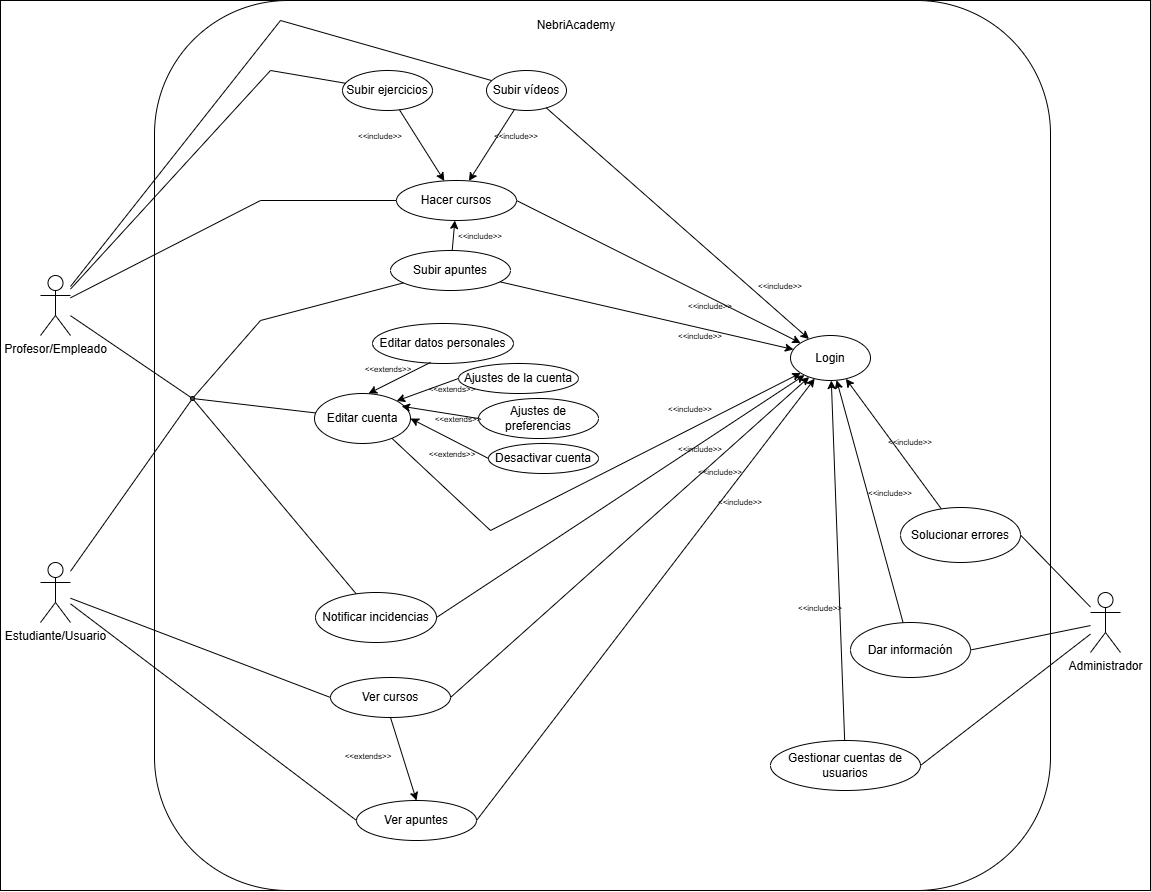
Nicolas-1400/NebriAcademy2 keeps this draw.io diagram as Documents/Modulado_de_datos/DiagramaCasosDeUsosNebriAcademy.png. Above is the earlier version. Source tidied: cells renumbered, new cells last; positions are measured from the earlier drawing's top-left corner, leaving out a move shared by most shapes.
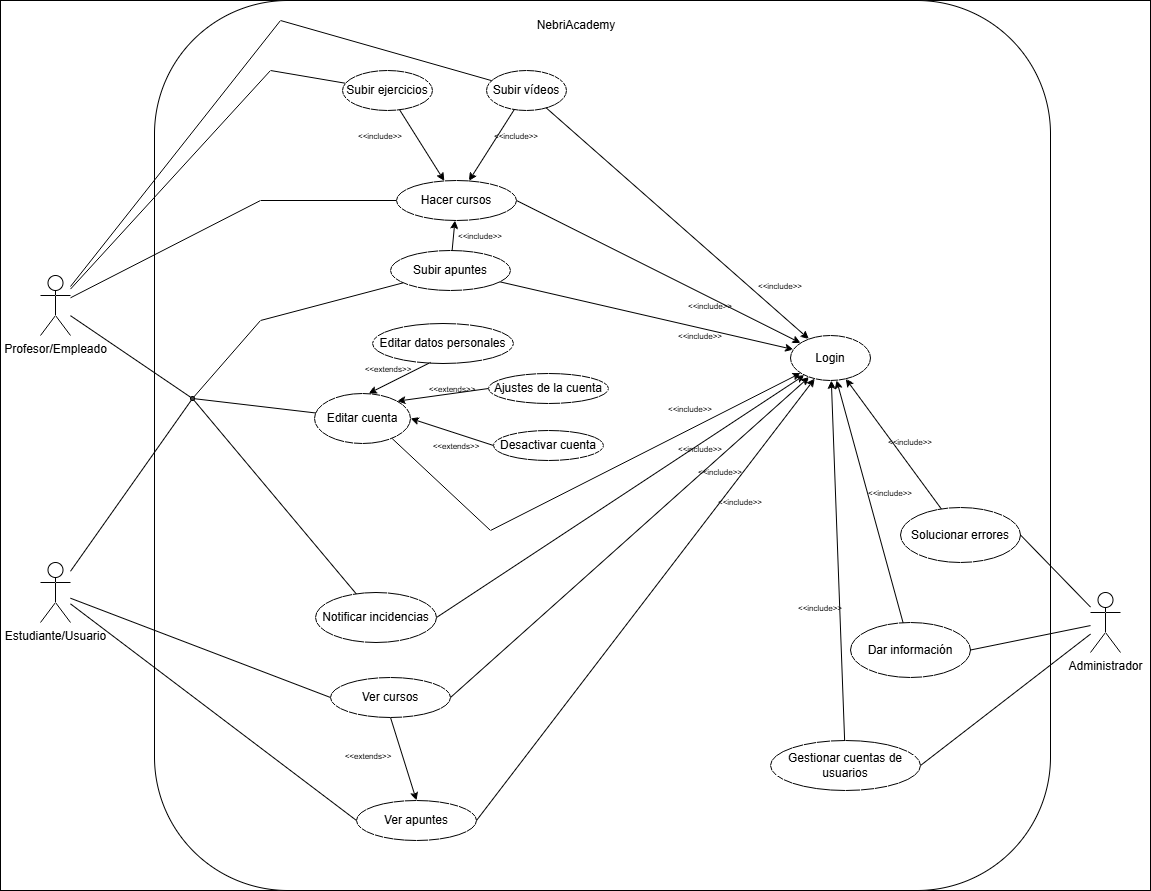
The same diagram one commit later.

Diff of the diagram source:
```diff
@@ -121,32 +121,23 @@
       <mxGeometry x="372" y="323" width="141" height="40" as="geometry" />
     </mxCell>
     <mxCell id="40" value="Ajustes de la cuenta" style="ellipse;whiteSpace=wrap;html=1;" parent="1" vertex="1">
-      <mxGeometry x="458" y="363" width="120" height="30" as="geometry" />
+      <mxGeometry x="488" y="373" width="120" height="30" as="geometry" />
     </mxCell>
-    <mxCell id="41" value="Ajustes de preferencias" style="ellipse;whiteSpace=wrap;html=1;" parent="1" vertex="1">
-      <mxGeometry x="478" y="398" width="120" height="40" as="geometry" />
-    </mxCell>
     <mxCell id="42" value="Desactivar cuenta" style="ellipse;whiteSpace=wrap;html=1;" parent="1" vertex="1">
-      <mxGeometry x="488" y="443" width="110" height="30" as="geometry" />
+      <mxGeometry x="493" y="430" width="110" height="30" as="geometry" />
     </mxCell>
     <mxCell id="43" value="&lt;font style=&quot;font-size: 8px;&quot;&gt;&amp;lt;&amp;lt;extends&amp;gt;&amp;gt;&lt;/font&gt;" style="text;html=1;whiteSpace=wrap;strokeColor=none;fillColor=none;align=center;verticalAlign=middle;rounded=0;" parent="1" vertex="1">
-      <mxGeometry x="422" y="438" width="60" height="30" as="geometry" />
+      <mxGeometry x="426" y="430" width="60" height="30" as="geometry" />
     </mxCell>
     <mxCell id="44" style="endArrow=classic;html=1;rounded=0;entryX=1;entryY=0.5;entryDx=0;entryDy=0;exitX=0;exitY=0.5;exitDx=0;exitDy=0;" parent="1" edge="1" source="42" target="38">
       <mxGeometry relative="1" as="geometry" />
     </mxCell>
-    <mxCell id="45" style="endArrow=classic;html=1;rounded=0;exitX=0;exitY=0.5;exitDx=0;exitDy=0;entryX=0.907;entryY=0.255;entryDx=0;entryDy=0;entryPerimeter=0;" parent="1" edge="1" source="41" target="38">
-      <mxGeometry relative="1" as="geometry" />
-    </mxCell>
     <mxCell id="46" style="endArrow=classic;html=1;rounded=0;entryX=1;entryY=0;entryDx=0;entryDy=0;exitX=0;exitY=0.5;exitDx=0;exitDy=0;" parent="1" edge="1" source="40" target="38">
       <mxGeometry relative="1" as="geometry" />
     </mxCell>
     <mxCell id="47" style="endArrow=classic;html=1;rounded=0;entryX=0.563;entryY=0;entryDx=0;entryDy=0;entryPerimeter=0;exitX=0.412;exitY=0.972;exitDx=0;exitDy=0;exitPerimeter=0;" parent="1" edge="1" source="39" target="38">
       <mxGeometry relative="1" as="geometry" />
     </mxCell>
-    <mxCell id="48" value="&lt;font style=&quot;font-size: 8px;&quot;&gt;&amp;lt;&amp;lt;extends&amp;gt;&amp;gt;&lt;/font&gt;" style="text;html=1;whiteSpace=wrap;strokeColor=none;fillColor=none;align=center;verticalAlign=middle;rounded=0;" parent="1" vertex="1">
-      <mxGeometry x="428" y="403" width="60" height="30" as="geometry" />
-    </mxCell>
     <mxCell id="49" value="&lt;font style=&quot;font-size: 8px;&quot;&gt;&amp;lt;&amp;lt;extends&amp;gt;&amp;gt;&lt;/font&gt;" style="text;html=1;whiteSpace=wrap;strokeColor=none;fillColor=none;align=center;verticalAlign=middle;rounded=0;" parent="1" vertex="1">
       <mxGeometry x="422" y="373" width="60" height="30" as="geometry" />
     </mxCell>
```
